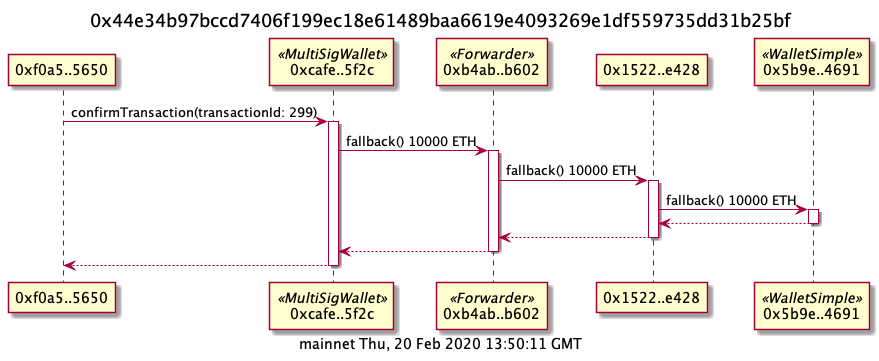
Earlier version of the PlantUML export examples/aragonMultiSig.png (naddison36/tx2uml).
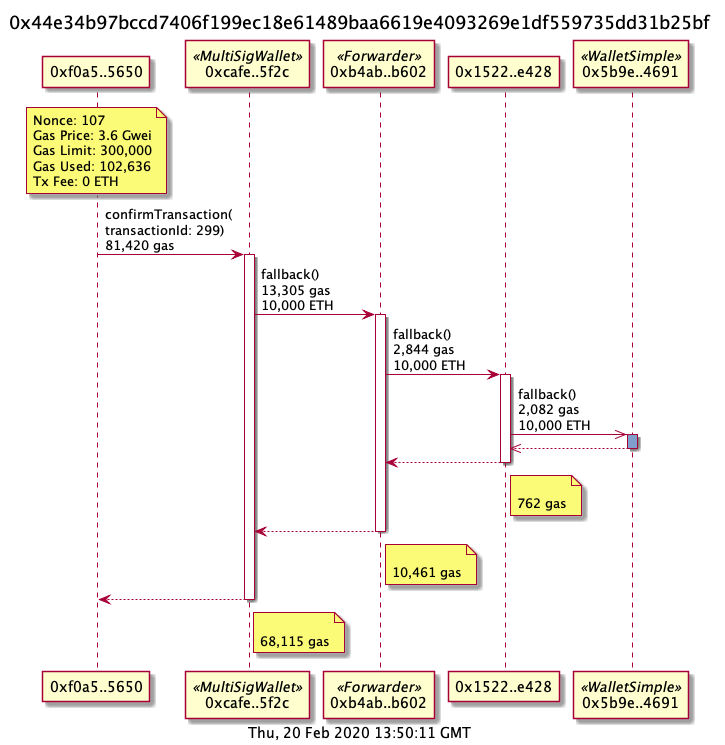
Later version of the same file.

Diff of the diagram source:
```diff
@@ -1,23 +1,34 @@
 @startuml
 title 0x44e34b97bccd7406f199ec18e61489baa6619e4093269e1df559735dd31b25bf
-caption mainnet Thu, 20 Feb 2020 13:50:11 GMT
+caption  Thu, 20 Feb 2020 13:50:11 GMT
 participant "0xf0a5..5650" as f0a55650
 participant "0xcafe..5f2c" as cafe5f2c <<MultiSigWallet>>
 participant "0xb4ab..b602" as b4abb602 <<Forwarder>>
 participant "0x1522..e428" as 1522e428
 participant "0x5b9e..4691" as 5b9e4691 <<WalletSimple>>
 
-f0a55650 -> cafe5f2c: confirmTransaction(transactionId: 299)
+note over f0a55650
+Nonce: 107
+Gas Price: 3.6 Gwei
+Gas Limit: 300,000
+Gas Used: 102,636
+Tx Fee: 0 ETH
+end note
+
+f0a55650 -> cafe5f2c: confirmTransaction(\ntransactionId: 299)\n81,420 gas
 activate cafe5f2c
-cafe5f2c -> b4abb602: fallback() 10000 ETH
+cafe5f2c -> b4abb602: fallback()\n13,305 gas\n10,000 ETH
 activate b4abb602
-b4abb602 -> 1522e428: fallback() 10000 ETH
+b4abb602 -> 1522e428: fallback()\n2,844 gas\n10,000 ETH
 activate 1522e428
-1522e428 -> 5b9e4691: fallback() 10000 ETH
-activate 5b9e4691
+1522e428 ->> 5b9e4691: fallback()\n2,082 gas\n10,000 ETH
+activate 5b9e4691 #809ECB
 return
 return
+note right of 1522e428: \n762 gas
 return
+note right of b4abb602: \n10,461 gas
 return
+note right of cafe5f2c: \n68,115 gas
 
 @endumls
```
